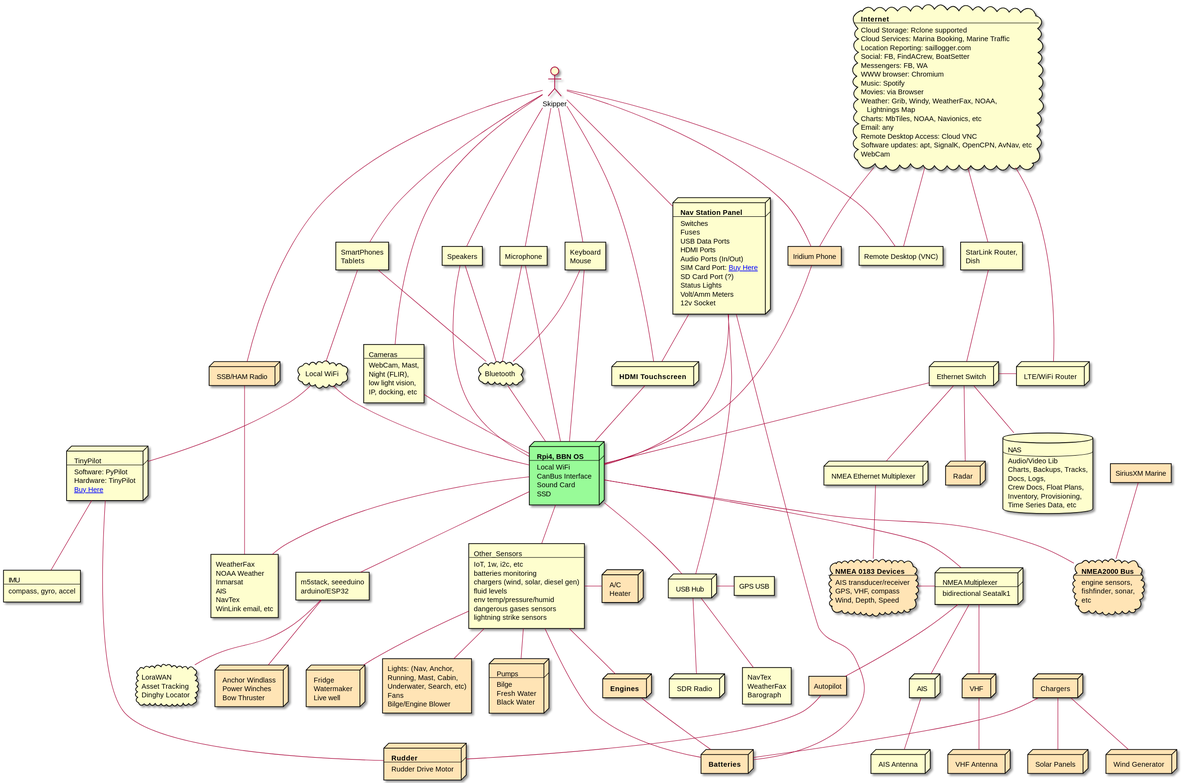
Before: docs/images/system-arch.svg, a diagram exported from PlantUML (bareboat-necessities/my-bareboat).
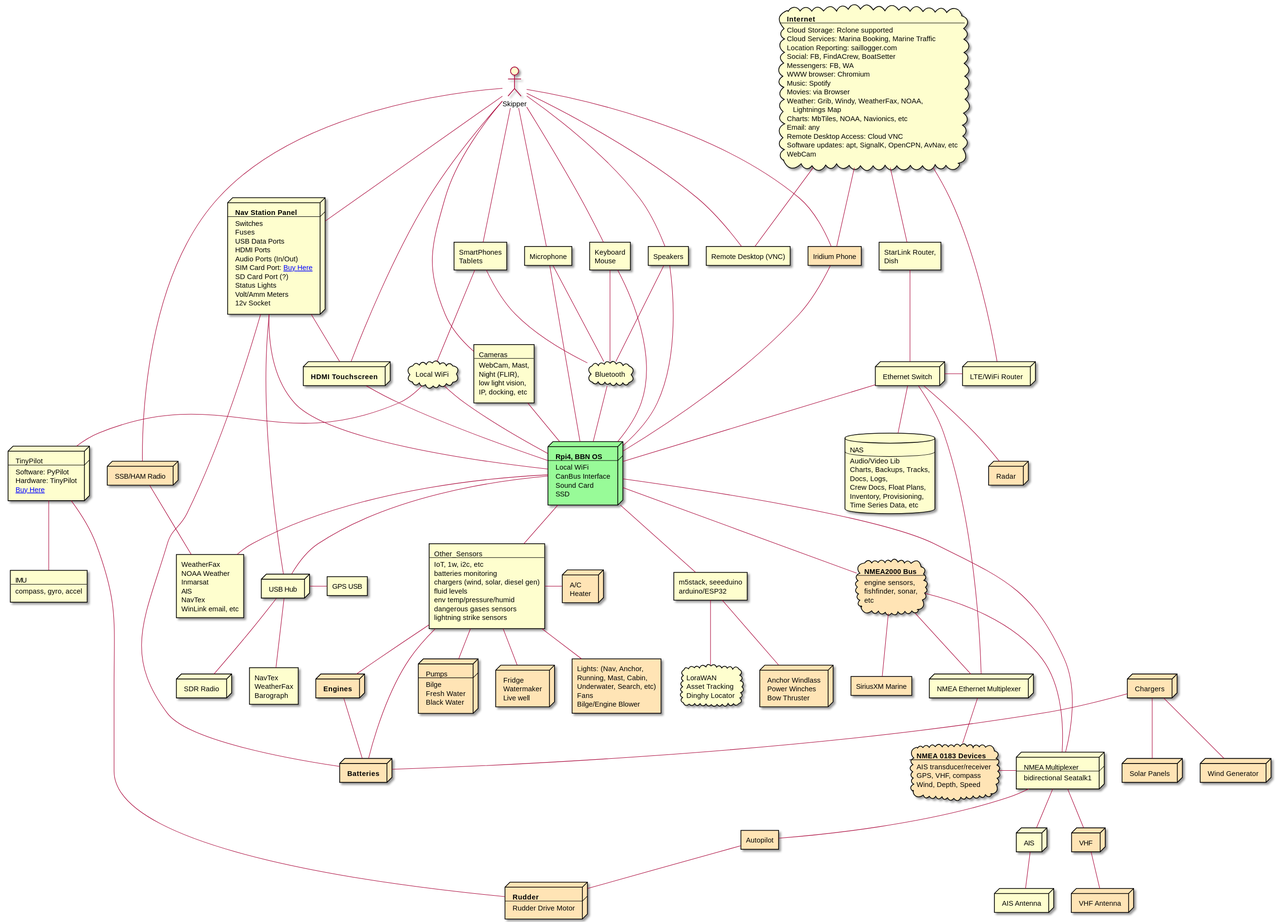
Later version of the same file.

What changed in the source:
```diff
@@ -331,7 +331,10 @@
 SmartPhone -- WiFi_Local
 AP_2 -u- WiFi_Local
 
-SiriusXM -- NMEA_2000
+NMEA_2000 -- SiriusXM
+NMEA_2000 -- NMEA_Mux
+NMEA_2000 -- NMEA_Eth_Mux
+
 VHF -u- NMEA_Mux
 AIS -u- NMEA_Mux
 
```
